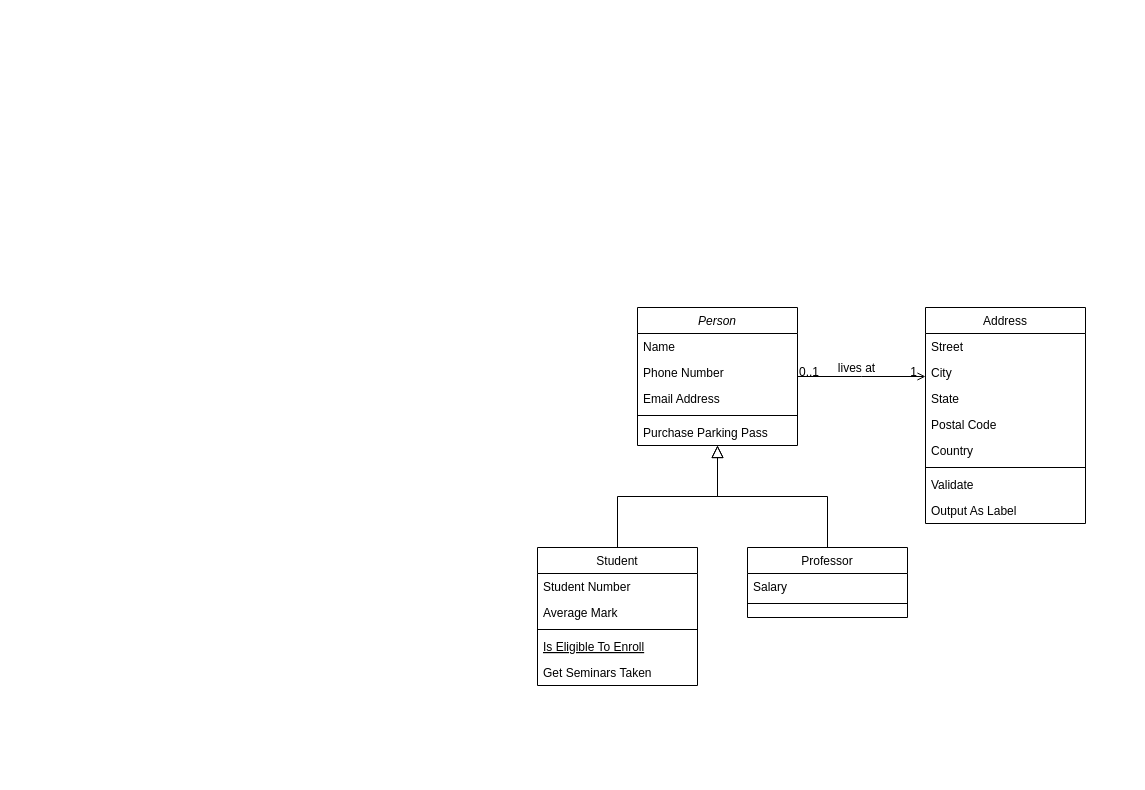
marshalyordanos/demo keeps this draw.io diagram as Untitled Diagram.drawio. Above is the earlier version. Source tidied: cells renumbered, new cells numbered last; positions are measured from the earlier drawing's top-left corner, leaving out a move shared by most shapes. Both pictures are drawn from the tidied source at 100%, with x=0, y=0 at pixel (537, 307).
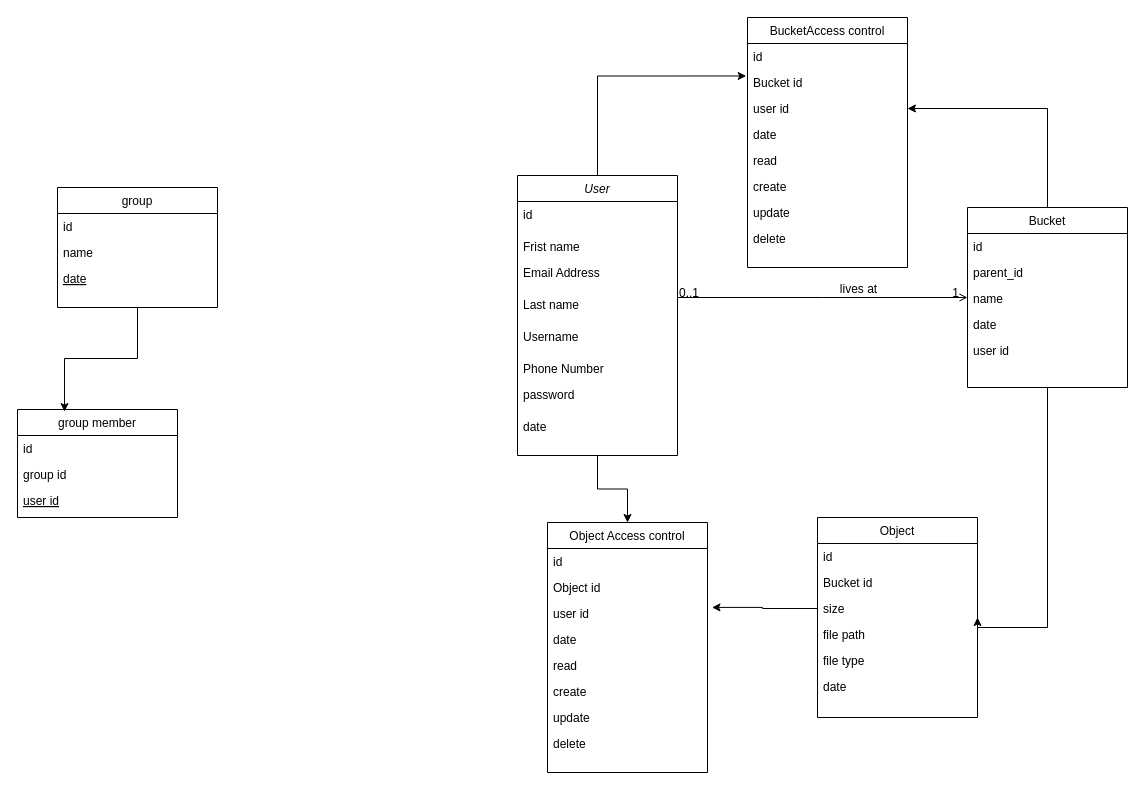
The same diagram, later.

What changed in the source:
```diff
@@
+    <mxCell id="32" style="edgeStyle=orthogonalEdgeStyle;rounded=0;jettySize=auto;html=1;" parent="1" edge="1" source="2" target="60">
+      <mxGeometry relative="1" as="geometry" />
+    </mxCell>
-    <mxCell id="2" value="Person" style="swimlane;fontStyle=2;align=center;verticalAlign=top;horizontal=1;startSize=26;rounded=0;shadow=0;strokeWidth=1;" parent="1" vertex="1">
-      <mxGeometry x="100" width="160" height="138" as="geometry" />
+    <mxCell id="2" value="User" style="swimlane;fontStyle=2;align=center;verticalAlign=top;horizontal=1;startSize=26;rounded=0;shadow=0;strokeWidth=1;" parent="1" vertex="1">
+      <mxGeometry x="-20" y="-132" width="160" height="280" as="geometry" />
     </mxCell>
+    <mxCell id="33" value="id" style="text;align=left;verticalAlign=top;spacingLeft=4;spacingRight=4;overflow=hidden;rounded=0;shadow=0;html=0;" parent="2" vertex="1">
+      <mxGeometry y="26" width="160" height="32" as="geometry" />
+    </mxCell>
-    <mxCell id="3" value="Name" style="text;align=left;verticalAlign=top;spacingLeft=4;spacingRight=4;overflow=hidden;" parent="2" vertex="1">
-      <mxGeometry y="26" width="160" height="26" as="geometry" />
+    <mxCell id="3" value="Frist name" style="text;align=left;verticalAlign=top;spacingLeft=4;spacingRight=4;overflow=hidden;" parent="2" vertex="1">
+      <mxGeometry y="58" width="160" height="26" as="geometry" />
     </mxCell>
+    <mxCell id="5" value="Email Address" style="text;align=left;verticalAlign=top;spacingLeft=4;spacingRight=4;overflow=hidden;rounded=0;shadow=0;html=0;" parent="2" vertex="1">
+      <mxGeometry y="84" width="160" height="32" as="geometry" />
+    </mxCell>
+    <mxCell id="34" value="Last name" style="text;align=left;verticalAlign=top;spacingLeft=4;spacingRight=4;overflow=hidden;rounded=0;shadow=0;html=0;" parent="2" vertex="1">
+      <mxGeometry y="116" width="160" height="32" as="geometry" />
+    </mxCell>
+    <mxCell id="35" value="Username" style="text;align=left;verticalAlign=top;spacingLeft=4;spacingRight=4;overflow=hidden;rounded=0;shadow=0;html=0;" parent="2" vertex="1">
+      <mxGeometry y="148" width="160" height="32" as="geometry" />
+    </mxCell>
     <mxCell id="4" value="Phone Number" style="text;align=left;verticalAlign=top;spacingLeft=4;spacingRight=4;overflow=hidden;rounded=0;shadow=0;html=0;" parent="2" vertex="1">
-      <mxGeometry y="52" width="160" height="26" as="geometry" />
+      <mxGeometry y="180" width="160" height="26" as="geometry" />
     </mxCell>
-    <mxCell id="5" value="Email Address" style="text;align=left;verticalAlign=top;spacingLeft=4;spacingRight=4;overflow=hidden;rounded=0;shadow=0;html=0;" parent="2" vertex="1">
-      <mxGeometry y="78" width="160" height="26" as="geometry" />
-    </mxCell>
-    <mxCell id="6" style="line;html=1;strokeWidth=1;align=left;verticalAlign=middle;spacingTop=-1;spacingLeft=3;spacingRight=3;labelPosition=right;" parent="2" vertex="1">
-      <mxGeometry y="104" width="160" height="8" as="geometry" />
-    </mxCell>
-    <mxCell id="7" value="Purchase Parking Pass" style="text;align=left;verticalAlign=top;spacingLeft=4;spacingRight=4;overflow=hidden;" parent="2" vertex="1">
-      <mxGeometry y="112" width="160" height="26" as="geometry" />
-    </mxCell>
+    <mxCell id="36" value="password" style="text;align=left;verticalAlign=top;spacingLeft=4;spacingRight=4;overflow=hidden;rounded=0;shadow=0;html=0;" parent="2" vertex="1">
+      <mxGeometry y="206" width="160" height="32" as="geometry" />
+    </mxCell>
+    <mxCell id="37" value="date" style="text;align=left;verticalAlign=top;spacingLeft=4;spacingRight=4;overflow=hidden;rounded=0;shadow=0;html=0;" parent="2" vertex="1">
+      <mxGeometry y="238" width="160" height="32" as="geometry" />
+    </mxCell>
-    <mxCell id="8" value="Student" style="swimlane;fontStyle=0;align=center;verticalAlign=top;horizontal=1;startSize=26;rounded=0;shadow=0;strokeWidth=1;" parent="1" vertex="1">
-      <mxGeometry y="240" width="160" height="138" as="geometry" />
+    <mxCell id="8" value="group member" style="swimlane;fontStyle=0;align=center;verticalAlign=top;horizontal=1;startSize=26;rounded=0;shadow=0;strokeWidth=1;" parent="1" vertex="1">
+      <mxGeometry x="-520" y="102" width="160" height="108" as="geometry" />
     </mxCell>
-    <mxCell id="9" value="Student Number" style="text;align=left;verticalAlign=top;spacingLeft=4;spacingRight=4;overflow=hidden;" parent="8" vertex="1">
+    <mxCell id="9" value="id" style="text;align=left;verticalAlign=top;spacingLeft=4;spacingRight=4;overflow=hidden;" parent="8" vertex="1">
       <mxGeometry y="26" width="160" height="26" as="geometry" />
     </mxCell>
-    <mxCell id="10" value="Average Mark" style="text;align=left;verticalAlign=top;spacingLeft=4;spacingRight=4;overflow=hidden;rounded=0;shadow=0;html=0;" parent="8" vertex="1">
+    <mxCell id="10" value="group id" style="text;align=left;verticalAlign=top;spacingLeft=4;spacingRight=4;overflow=hidden;rounded=0;shadow=0;html=0;" parent="8" vertex="1">
       <mxGeometry y="52" width="160" height="26" as="geometry" />
     </mxCell>
-    <mxCell id="11" style="line;html=1;strokeWidth=1;align=left;verticalAlign=middle;spacingTop=-1;spacingLeft=3;spacingRight=3;labelPosition=right;" parent="8" vertex="1">
-      <mxGeometry y="78" width="160" height="8" as="geometry" />
-    </mxCell>
-    <mxCell id="12" value="Is Eligible To Enroll" style="text;align=left;verticalAlign=top;spacingLeft=4;spacingRight=4;overflow=hidden;fontStyle=4;" parent="8" vertex="1">
-      <mxGeometry y="86" width="160" height="26" as="geometry" />
+    <mxCell id="12" value="user id" style="text;align=left;verticalAlign=top;spacingLeft=4;spacingRight=4;overflow=hidden;fontStyle=4;" parent="8" vertex="1">
+      <mxGeometry y="78" width="160" height="26" as="geometry" />
     </mxCell>
-    <mxCell id="13" value="Get Seminars Taken" style="text;align=left;verticalAlign=top;spacingLeft=4;spacingRight=4;overflow=hidden;" parent="8" vertex="1">
-      <mxGeometry y="112" width="160" height="26" as="geometry" />
-    </mxCell>
-    <mxCell id="14" style="endArrow=block;endSize=10;endFill=0;shadow=0;strokeWidth=1;rounded=0;edgeStyle=elbowEdgeStyle;elbow=vertical;" parent="1" edge="1" source="8" target="2">
-      <mxGeometry relative="1" as="geometry" />
-    </mxCell>
-    <mxCell id="15" value="Professor" style="swimlane;fontStyle=0;align=center;verticalAlign=top;horizontal=1;startSize=26;rounded=0;shadow=0;strokeWidth=1;" parent="1" vertex="1">
-      <mxGeometry x="210" y="240" width="160" height="70" as="geometry" />
+    <mxCell id="15" value="Object" style="swimlane;fontStyle=0;align=center;verticalAlign=top;horizontal=1;startSize=26;rounded=0;shadow=0;strokeWidth=1;" parent="1" vertex="1">
+      <mxGeometry x="280" y="210" width="160" height="200" as="geometry" />
     </mxCell>
-    <mxCell id="16" value="Salary" style="text;align=left;verticalAlign=top;spacingLeft=4;spacingRight=4;overflow=hidden;" parent="15" vertex="1">
+    <mxCell id="16" value="id" style="text;align=left;verticalAlign=top;spacingLeft=4;spacingRight=4;overflow=hidden;" parent="15" vertex="1">
       <mxGeometry y="26" width="160" height="26" as="geometry" />
     </mxCell>
-    <mxCell id="17" style="line;html=1;strokeWidth=1;align=left;verticalAlign=middle;spacingTop=-1;spacingLeft=3;spacingRight=3;labelPosition=right;" parent="15" vertex="1">
-      <mxGeometry y="52" width="160" height="8" as="geometry" />
-    </mxCell>
-    <mxCell id="18" style="endArrow=block;endSize=10;endFill=0;shadow=0;strokeWidth=1;rounded=0;edgeStyle=elbowEdgeStyle;elbow=vertical;" parent="1" edge="1" source="15" target="2">
-      <mxGeometry relative="1" as="geometry" />
-    </mxCell>
+    <mxCell id="38" value="Bucket id" style="text;align=left;verticalAlign=top;spacingLeft=4;spacingRight=4;overflow=hidden;" parent="15" vertex="1">
+      <mxGeometry y="52" width="160" height="26" as="geometry" />
+    </mxCell>
+    <mxCell id="39" value="size" style="text;align=left;verticalAlign=top;spacingLeft=4;spacingRight=4;overflow=hidden;points=[[0,0.5],[1,0.5]];portConstraint=eastwest;" parent="15" vertex="1">
+      <mxGeometry y="78" width="160" height="26" as="geometry" />
+    </mxCell>
+    <mxCell id="40" value="file path" style="text;align=left;verticalAlign=top;spacingLeft=4;spacingRight=4;overflow=hidden;" parent="15" vertex="1">
+      <mxGeometry y="104" width="160" height="26" as="geometry" />
+    </mxCell>
+    <mxCell id="41" value="file type" style="text;align=left;verticalAlign=top;spacingLeft=4;spacingRight=4;overflow=hidden;" parent="15" vertex="1">
+      <mxGeometry y="130" width="160" height="26" as="geometry" />
+    </mxCell>
+    <mxCell id="42" value="date" style="text;align=left;verticalAlign=top;spacingLeft=4;spacingRight=4;overflow=hidden;" parent="15" vertex="1">
+      <mxGeometry y="156" width="160" height="26" as="geometry" />
+    </mxCell>
+    <mxCell id="43" style="edgeStyle=orthogonalEdgeStyle;rounded=0;jettySize=auto;html=1;entryX=1;entryY=0.5;entryDx=0;entryDy=0;" parent="1" edge="1" source="19" target="15">
+      <mxGeometry relative="1" as="geometry">
+        <Array as="points">
+          <mxPoint x="510" y="320" />
+          <mxPoint x="440" y="320" />
+        </Array>
+      </mxGeometry>
+    </mxCell>
+    <mxCell id="44" style="edgeStyle=orthogonalEdgeStyle;rounded=0;jettySize=auto;html=1;entryX=1;entryY=0.5;entryDx=0;entryDy=0;" parent="1" edge="1" source="19" target="54">
+      <mxGeometry relative="1" as="geometry" />
+    </mxCell>
-    <mxCell id="19" value="Address" style="swimlane;fontStyle=0;align=center;verticalAlign=top;horizontal=1;startSize=26;rounded=0;shadow=0;strokeWidth=1;" parent="1" vertex="1">
-      <mxGeometry x="388" width="160" height="216" as="geometry" />
+    <mxCell id="19" value="Bucket" style="swimlane;fontStyle=0;align=center;verticalAlign=top;horizontal=1;startSize=26;rounded=0;shadow=0;strokeWidth=1;" parent="1" vertex="1">
+      <mxGeometry x="430" y="-100" width="160" height="180" as="geometry" />
     </mxCell>
-    <mxCell id="20" value="Street" style="text;align=left;verticalAlign=top;spacingLeft=4;spacingRight=4;overflow=hidden;" parent="19" vertex="1">
+    <mxCell id="20" value="id" style="text;align=left;verticalAlign=top;spacingLeft=4;spacingRight=4;overflow=hidden;" parent="19" vertex="1">
       <mxGeometry y="26" width="160" height="26" as="geometry" />
     </mxCell>
-    <mxCell id="21" value="City" style="text;align=left;verticalAlign=top;spacingLeft=4;spacingRight=4;overflow=hidden;rounded=0;shadow=0;html=0;" parent="19" vertex="1">
+    <mxCell id="21" value="parent_id" style="text;align=left;verticalAlign=top;spacingLeft=4;spacingRight=4;overflow=hidden;rounded=0;shadow=0;html=0;" parent="19" vertex="1">
       <mxGeometry y="52" width="160" height="26" as="geometry" />
     </mxCell>
-    <mxCell id="22" value="State" style="text;align=left;verticalAlign=top;spacingLeft=4;spacingRight=4;overflow=hidden;rounded=0;shadow=0;html=0;" parent="19" vertex="1">
+    <mxCell id="22" value="name" style="text;align=left;verticalAlign=top;spacingLeft=4;spacingRight=4;overflow=hidden;rounded=0;shadow=0;html=0;" parent="19" vertex="1">
       <mxGeometry y="78" width="160" height="26" as="geometry" />
     </mxCell>
-    <mxCell id="23" value="Postal Code" style="text;align=left;verticalAlign=top;spacingLeft=4;spacingRight=4;overflow=hidden;rounded=0;shadow=0;html=0;" parent="19" vertex="1">
+    <mxCell id="23" value="date" style="text;align=left;verticalAlign=top;spacingLeft=4;spacingRight=4;overflow=hidden;rounded=0;shadow=0;html=0;" parent="19" vertex="1">
       <mxGeometry y="104" width="160" height="26" as="geometry" />
     </mxCell>
-    <mxCell id="24" value="Country" style="text;align=left;verticalAlign=top;spacingLeft=4;spacingRight=4;overflow=hidden;rounded=0;shadow=0;html=0;" parent="19" vertex="1">
-      <mxGeometry y="130" width="160" height="26" as="geometry" />
-    </mxCell>
-    <mxCell id="25" style="line;html=1;strokeWidth=1;align=left;verticalAlign=middle;spacingTop=-1;spacingLeft=3;spacingRight=3;labelPosition=right;" parent="19" vertex="1">
-      <mxGeometry y="156" width="160" height="8" as="geometry" />
-    </mxCell>
-    <mxCell id="26" value="Validate" style="text;align=left;verticalAlign=top;spacingLeft=4;spacingRight=4;overflow=hidden;" parent="19" vertex="1">
-      <mxGeometry y="164" width="160" height="26" as="geometry" />
-    </mxCell>
-    <mxCell id="27" value="Output As Label" style="text;align=left;verticalAlign=top;spacingLeft=4;spacingRight=4;overflow=hidden;" parent="19" vertex="1">
-      <mxGeometry y="190" width="160" height="26" as="geometry" />
-    </mxCell>
+    <mxCell id="45" value="user id" style="text;align=left;verticalAlign=top;spacingLeft=4;spacingRight=4;overflow=hidden;rounded=0;shadow=0;html=0;" parent="19" vertex="1">
+      <mxGeometry y="130" width="160" height="26" as="geometry" />
+    </mxCell>
@@
+    <mxCell id="46" value="group" style="swimlane;fontStyle=0;align=center;verticalAlign=top;horizontal=1;startSize=26;rounded=0;shadow=0;strokeWidth=1;" parent="1" vertex="1">
+      <mxGeometry x="-480" y="-120" width="160" height="120" as="geometry" />
+    </mxCell>
+    <mxCell id="47" value="id" style="text;align=left;verticalAlign=top;spacingLeft=4;spacingRight=4;overflow=hidden;" parent="46" vertex="1">
+      <mxGeometry y="26" width="160" height="26" as="geometry" />
+    </mxCell>
+    <mxCell id="48" value="name" style="text;align=left;verticalAlign=top;spacingLeft=4;spacingRight=4;overflow=hidden;rounded=0;shadow=0;html=0;" parent="46" vertex="1">
+      <mxGeometry y="52" width="160" height="26" as="geometry" />
+    </mxCell>
+    <mxCell id="49" value="date" style="text;align=left;verticalAlign=top;spacingLeft=4;spacingRight=4;overflow=hidden;fontStyle=4;" parent="46" vertex="1">
+      <mxGeometry y="78" width="160" height="26" as="geometry" />
+    </mxCell>
+    <mxCell id="50" style="edgeStyle=orthogonalEdgeStyle;rounded=0;jettySize=auto;html=1;entryX=0.294;entryY=0.019;entryDx=0;entryDy=0;entryPerimeter=0;" parent="1" edge="1" source="46" target="8">
+      <mxGeometry relative="1" as="geometry" />
+    </mxCell>
+    <mxCell id="51" value="BucketAccess control" style="swimlane;fontStyle=0;align=center;verticalAlign=top;horizontal=1;startSize=26;rounded=0;shadow=0;strokeWidth=1;" parent="1" vertex="1">
+      <mxGeometry x="210" y="-290" width="160" height="250" as="geometry" />
+    </mxCell>
+    <mxCell id="52" value="id" style="text;align=left;verticalAlign=top;spacingLeft=4;spacingRight=4;overflow=hidden;" parent="51" vertex="1">
+      <mxGeometry y="26" width="160" height="26" as="geometry" />
+    </mxCell>
+    <mxCell id="53" value="Bucket id" style="text;align=left;verticalAlign=top;spacingLeft=4;spacingRight=4;overflow=hidden;points=[[0,0.5],[1,0.5]];portConstraint=eastwest;rounded=0;shadow=0;html=0;" parent="51" vertex="1">
+      <mxGeometry y="52" width="160" height="26" as="geometry" />
+    </mxCell>
+    <mxCell id="54" value="user id" style="text;align=left;verticalAlign=top;spacingLeft=4;spacingRight=4;overflow=hidden;points=[[0,0.5],[1,0.5]];portConstraint=eastwest;rounded=0;shadow=0;html=0;" parent="51" vertex="1">
+      <mxGeometry y="78" width="160" height="26" as="geometry" />
+    </mxCell>
+    <mxCell id="55" value="date" style="text;align=left;verticalAlign=top;spacingLeft=4;spacingRight=4;overflow=hidden;rounded=0;shadow=0;html=0;" parent="51" vertex="1">
+      <mxGeometry y="104" width="160" height="26" as="geometry" />
+    </mxCell>
+    <mxCell id="56" value="read" style="text;align=left;verticalAlign=top;spacingLeft=4;spacingRight=4;overflow=hidden;rounded=0;shadow=0;html=0;" parent="51" vertex="1">
+      <mxGeometry y="130" width="160" height="26" as="geometry" />
+    </mxCell>
+    <mxCell id="57" value="create" style="text;align=left;verticalAlign=top;spacingLeft=4;spacingRight=4;overflow=hidden;rounded=0;shadow=0;html=0;" parent="51" vertex="1">
+      <mxGeometry y="156" width="160" height="26" as="geometry" />
+    </mxCell>
+    <mxCell id="58" value="update" style="text;align=left;verticalAlign=top;spacingLeft=4;spacingRight=4;overflow=hidden;rounded=0;shadow=0;html=0;" parent="51" vertex="1">
+      <mxGeometry y="182" width="160" height="26" as="geometry" />
+    </mxCell>
+    <mxCell id="59" value="delete" style="text;align=left;verticalAlign=top;spacingLeft=4;spacingRight=4;overflow=hidden;rounded=0;shadow=0;html=0;" parent="51" vertex="1">
+      <mxGeometry y="208" width="160" height="26" as="geometry" />
+    </mxCell>
+    <mxCell id="60" value="Object Access control" style="swimlane;fontStyle=0;align=center;verticalAlign=top;horizontal=1;startSize=26;rounded=0;shadow=0;strokeWidth=1;" parent="1" vertex="1">
+      <mxGeometry x="10" y="215" width="160" height="250" as="geometry" />
+    </mxCell>
+    <mxCell id="61" value="id" style="text;align=left;verticalAlign=top;spacingLeft=4;spacingRight=4;overflow=hidden;" parent="60" vertex="1">
+      <mxGeometry y="26" width="160" height="26" as="geometry" />
+    </mxCell>
+    <mxCell id="62" value="Object id" style="text;align=left;verticalAlign=top;spacingLeft=4;spacingRight=4;overflow=hidden;rounded=0;shadow=0;html=0;" parent="60" vertex="1">
+      <mxGeometry y="52" width="160" height="26" as="geometry" />
+    </mxCell>
+    <mxCell id="63" value="user id" style="text;align=left;verticalAlign=top;spacingLeft=4;spacingRight=4;overflow=hidden;points=[[0,0.5],[1,0.5]];portConstraint=eastwest;rounded=0;shadow=0;html=0;" parent="60" vertex="1">
+      <mxGeometry y="78" width="160" height="26" as="geometry" />
+    </mxCell>
+    <mxCell id="64" value="date" style="text;align=left;verticalAlign=top;spacingLeft=4;spacingRight=4;overflow=hidden;rounded=0;shadow=0;html=0;" parent="60" vertex="1">
+      <mxGeometry y="104" width="160" height="26" as="geometry" />
+    </mxCell>
+    <mxCell id="65" value="read" style="text;align=left;verticalAlign=top;spacingLeft=4;spacingRight=4;overflow=hidden;rounded=0;shadow=0;html=0;" parent="60" vertex="1">
+      <mxGeometry y="130" width="160" height="26" as="geometry" />
+    </mxCell>
+    <mxCell id="66" value="create" style="text;align=left;verticalAlign=top;spacingLeft=4;spacingRight=4;overflow=hidden;rounded=0;shadow=0;html=0;" parent="60" vertex="1">
+      <mxGeometry y="156" width="160" height="26" as="geometry" />
+    </mxCell>
+    <mxCell id="67" value="update" style="text;align=left;verticalAlign=top;spacingLeft=4;spacingRight=4;overflow=hidden;rounded=0;shadow=0;html=0;" parent="60" vertex="1">
+      <mxGeometry y="182" width="160" height="26" as="geometry" />
+    </mxCell>
+    <mxCell id="68" value="delete" style="text;align=left;verticalAlign=top;spacingLeft=4;spacingRight=4;overflow=hidden;rounded=0;shadow=0;html=0;" parent="60" vertex="1">
+      <mxGeometry y="208" width="160" height="26" as="geometry" />
+    </mxCell>
+    <mxCell id="69" style="edgeStyle=orthogonalEdgeStyle;rounded=0;jettySize=auto;html=1;entryX=1.028;entryY=0.266;entryDx=0;entryDy=0;entryPerimeter=0;" parent="1" edge="1" source="39" target="63">
+      <mxGeometry relative="1" as="geometry" />
+    </mxCell>
+    <mxCell id="70" style="edgeStyle=orthogonalEdgeStyle;rounded=0;jettySize=auto;html=1;entryX=-0.008;entryY=0.249;entryDx=0;entryDy=0;entryPerimeter=0;" parent="1" edge="1" source="2" target="53">
+      <mxGeometry relative="1" as="geometry" />
+    </mxCell>
```
